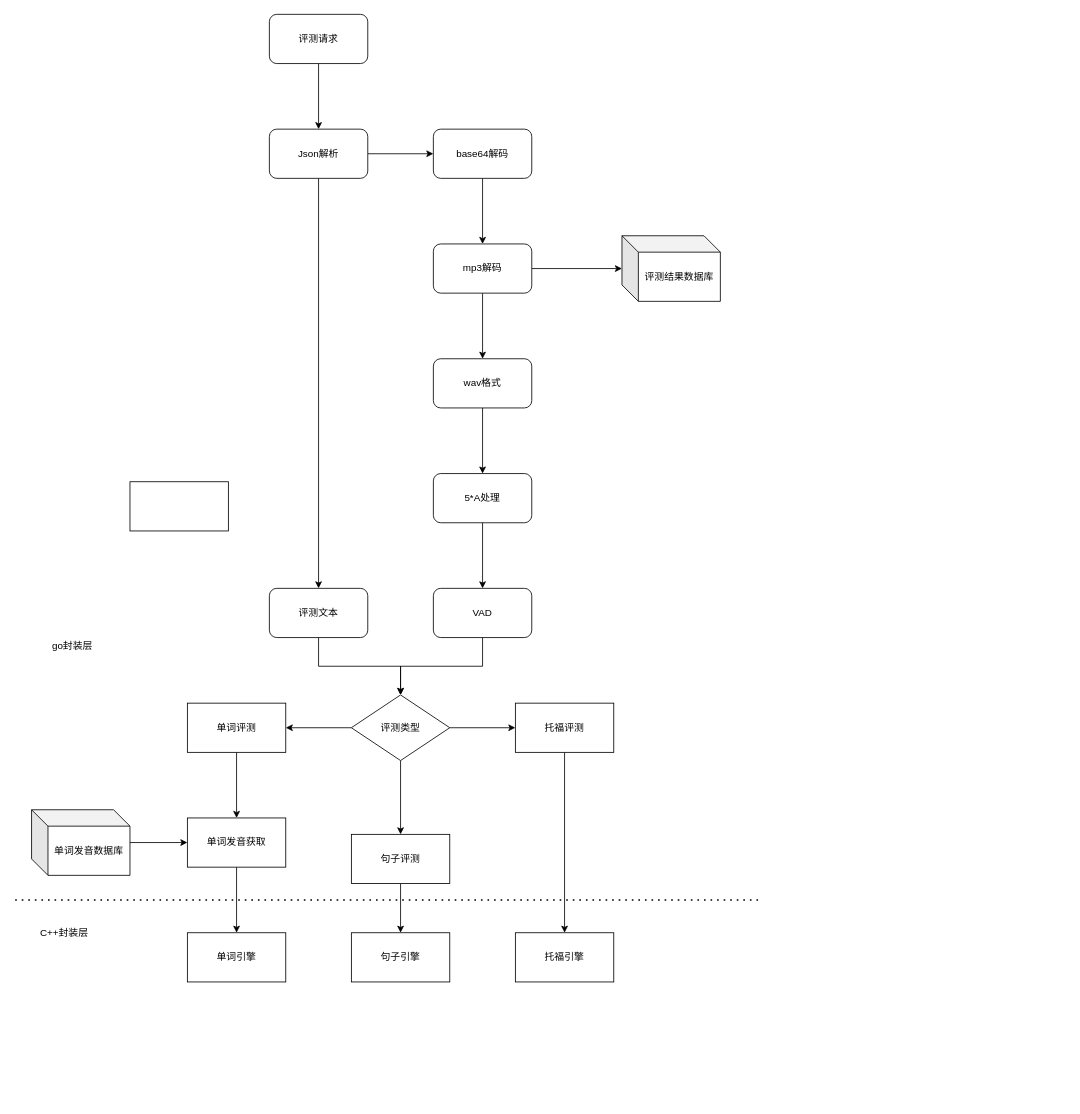
The draw.io diagram capt-services.drawio in alongwithyou/g2p, before the edit. Source tidied: cells renumbered, new cells numbered last; positions are measured from the earlier drawing's top-left corner, leaving out a move shared by most shapes. Both pictures are drawn from the tidied source at 82%, with x=0, y=0 at pixel (15, 14).
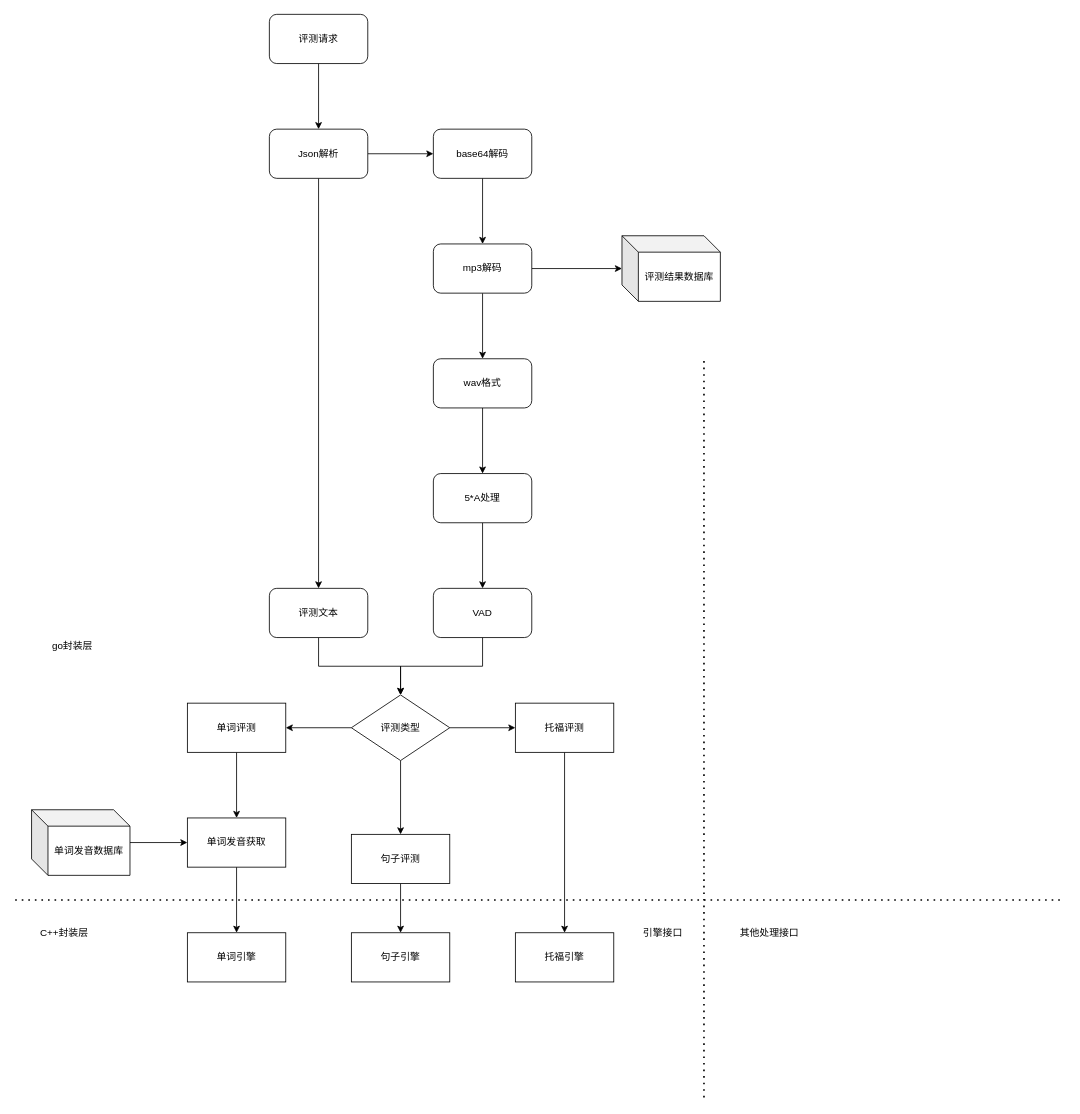
Above is the later version.

Diff of the diagram source:
```diff
@@
     <mxCell id="13" style="endArrow=none;dashed=1;html=1;dashPattern=1 3;strokeWidth=2;" parent="1" edge="1">
       <mxGeometry relative="1" as="geometry">
         <mxPoint y="1080" as="sourcePoint" />
-        <mxPoint x="910" y="1080" as="targetPoint" />
+        <mxPoint x="1280" y="1080" as="targetPoint" />
       </mxGeometry>
     </mxCell>
@@
-    <mxCell id="41" style="rounded=0;whiteSpace=wrap;html=1;" parent="1" vertex="1">
-      <mxGeometry x="140" y="570" width="120" height="60" as="geometry" />
-    </mxCell>
+    <mxCell id="42" style="endArrow=none;dashed=1;html=1;dashPattern=1 3;strokeWidth=2;" parent="1" edge="1">
+      <mxGeometry relative="1" as="geometry">
+        <mxPoint x="840" y="1320.8" as="sourcePoint" />
+        <mxPoint x="840" y="420" as="targetPoint" />
+      </mxGeometry>
+    </mxCell>
+    <mxCell id="43" value="引擎接口" style="text;html=1;strokeColor=none;fillColor=none;align=center;verticalAlign=middle;whiteSpace=wrap;rounded=0;" parent="1" vertex="1">
+      <mxGeometry x="730" y="1110" width="120" height="20" as="geometry" />
+    </mxCell>
+    <mxCell id="44" value="其他处理接口" style="text;html=1;strokeColor=none;fillColor=none;align=center;verticalAlign=middle;whiteSpace=wrap;rounded=0;" parent="1" vertex="1">
+      <mxGeometry x="860" y="1110" width="120" height="20" as="geometry" />
+    </mxCell>
```
